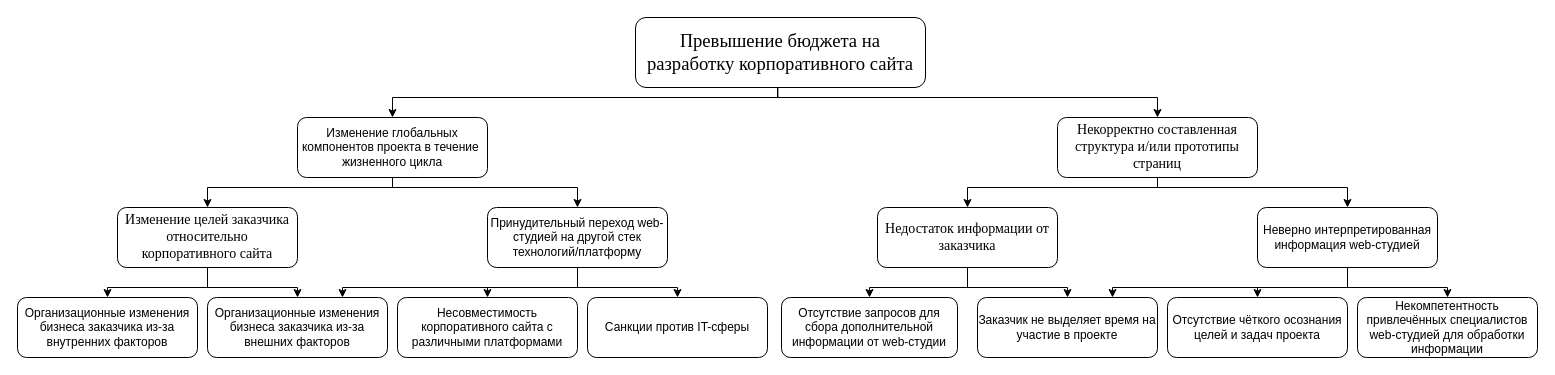
Before: page "Дерево причин" (7 of 7) of 3 курс/5 семестр/ТСиСА/Курсовая/модели2ч.drawio in Luzinsan/tusur, a draw.io diagram. Source tidied: cells renumbered, new cells numbered last; positions are measured from the earlier drawing's top-left corner, leaving out a move shared by most shapes. Both pictures are drawn from the tidied source at 100%, with x=0, y=0 at pixel (17, 17).
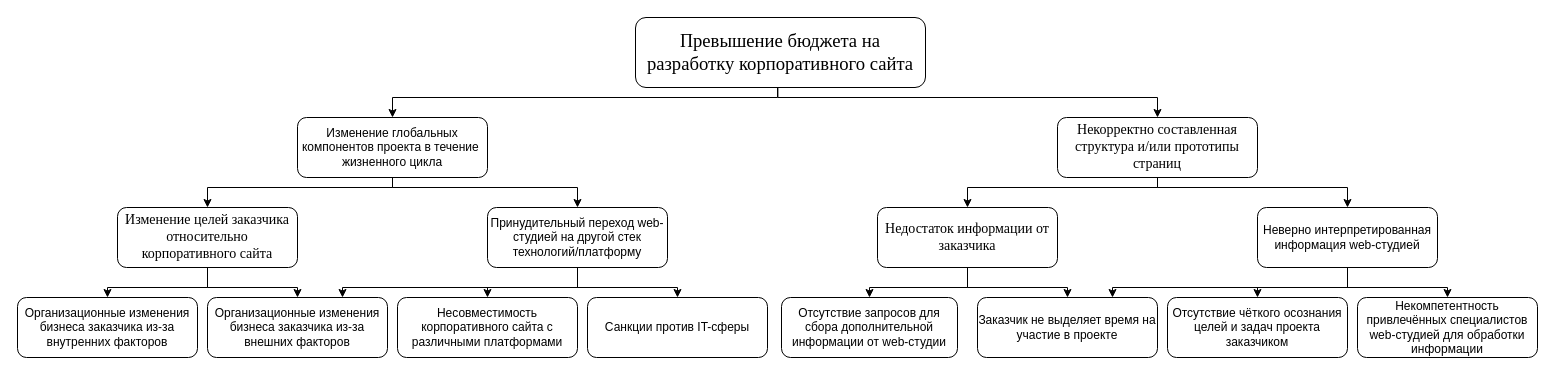
The same page after the edit.

Commit message (it also covers changes not shown here):
ТСиСА (Курсач) - обновление диаграммы в документе

What changed in the source:
```diff
@@
-    <mxCell id="29" value="Отсутствие чёткого осознания целей и задач проекта" style="rounded=1;whiteSpace=wrap;html=1;" parent="1" vertex="1">
+    <mxCell id="29" value="Отсутствие чёткого осознания целей и задач проекта заказчиком" style="rounded=1;whiteSpace=wrap;html=1;" parent="1" vertex="1">
       <mxGeometry x="1150" y="280" width="180" height="60" as="geometry" />
     </mxCell>
```
